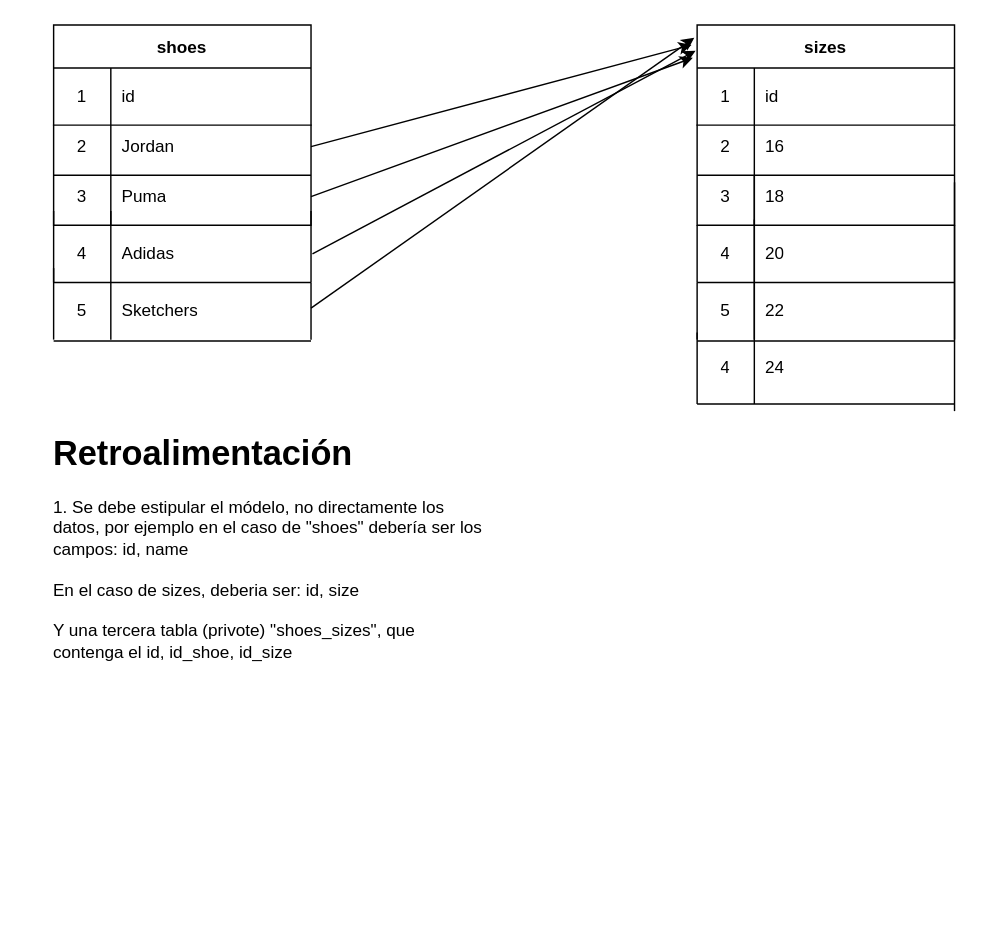
Before: santiago/documentacion/db.drawio in project-ultra-2022/db.postgresql, a draw.io diagram. Source tidied: cells renumbered, new cells numbered last; positions are measured from the earlier drawing's top-left corner, leaving out a move shared by most shapes. Both pictures are drawn from the tidied source at 143%, with x=0, y=0 at pixel (24, 24).
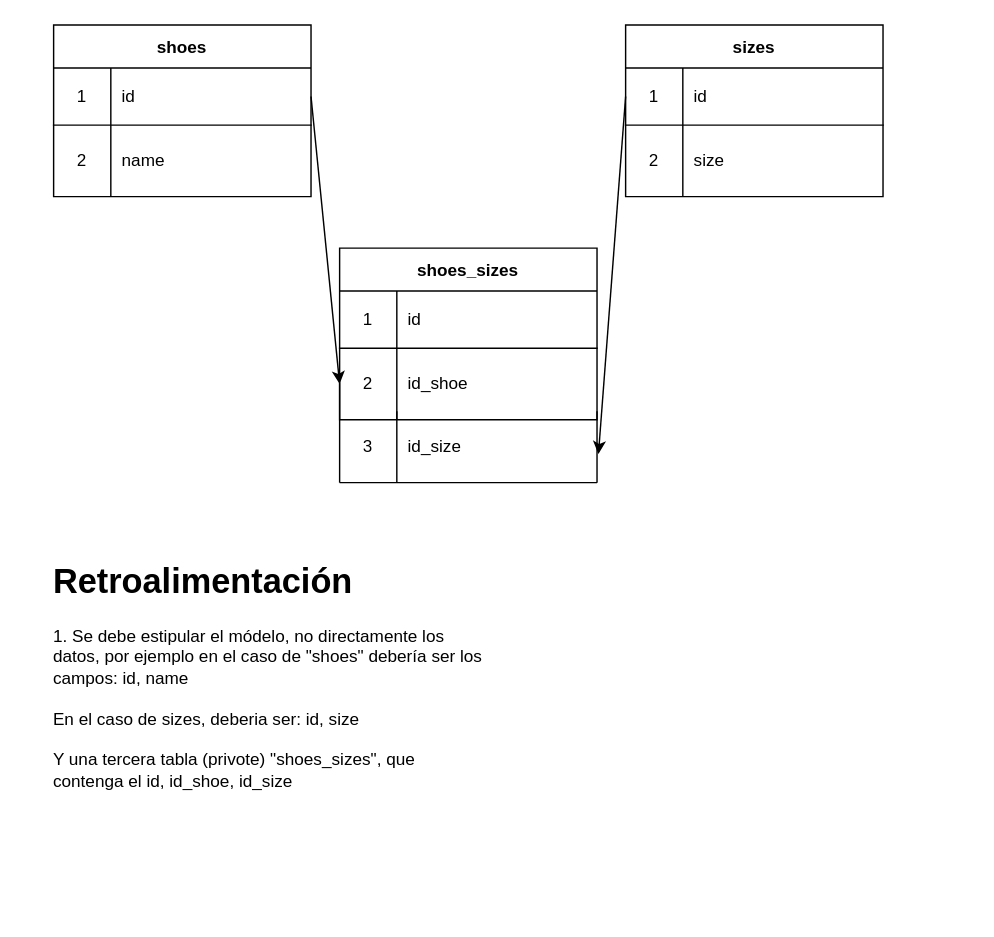
Above is the later version.

Commit message:
Esquema corregido Santiago Botero

Unchanged cells that the change refers to:
```xml
<mxCell id="3" style="shape=partialRectangle;html=1;whiteSpace=wrap;fillColor=none;top=0;left=0;bottom=1;right=0;points=[[0,0.5],[1,0.5]];portConstraint=eastwest;" parent="2" vertex="1">
  <mxGeometry y="30" width="180" height="40" as="geometry" />
</mxCell>
```

Diff of the diagram source:
```diff
@@
     <mxCell id="2" value="shoes" style="shape=table;startSize=30;childLayout=tableLayout;rowLines=0;fontStyle=1;align=center;" parent="1" vertex="1">
-      <mxGeometry x="20" width="180" height="140" as="geometry" />
+      <mxGeometry x="20" width="180" height="120" as="geometry" />
     </mxCell>
@@
     <mxCell id="6" style="shape=partialRectangle;html=1;whiteSpace=wrap;fillColor=none;top=0;left=0;bottom=0;right=0;points=[[0,0.5],[1,0.5]];portConstraint=eastwest;" parent="2" vertex="1">
-      <mxGeometry y="70" width="180" height="30" as="geometry" />
+      <mxGeometry y="70" width="180" height="50" as="geometry" />
     </mxCell>
     <mxCell id="7" value="2" style="shape=partialRectangle;html=1;whiteSpace=wrap;fillColor=none;top=0;left=0;bottom=0;right=0;overflow=hidden;" parent="6" vertex="1">
-      <mxGeometry width="40" height="30" as="geometry" />
+      <mxGeometry width="40" height="50" as="geometry" />
     </mxCell>
-    <mxCell id="8" value="Jordan" style="shape=partialRectangle;html=1;whiteSpace=wrap;fillColor=none;top=0;left=0;bottom=0;right=0;align=left;spacingLeft=6;overflow=hidden;" parent="6" vertex="1">
-      <mxGeometry x="40" width="140" height="30" as="geometry" />
+    <mxCell id="8" value="name" style="shape=partialRectangle;html=1;whiteSpace=wrap;fillColor=none;top=0;left=0;bottom=0;right=0;align=left;spacingLeft=6;overflow=hidden;" parent="6" vertex="1">
+      <mxGeometry x="40" width="140" height="50" as="geometry" />
     </mxCell>
-    <mxCell id="9" style="shape=partialRectangle;html=1;whiteSpace=wrap;fillColor=none;top=0;left=0;bottom=0;right=0;points=[[0,0.5],[1,0.5]];portConstraint=eastwest;" parent="2" vertex="1">
-      <mxGeometry y="100" width="180" height="40" as="geometry" />
-    </mxCell>
-    <mxCell id="10" value="3" style="shape=partialRectangle;html=1;whiteSpace=wrap;fillColor=none;top=0;left=0;bottom=0;right=0;overflow=hidden;" parent="9" vertex="1">
-      <mxGeometry width="40" height="40" as="geometry" />
-    </mxCell>
-    <mxCell id="11" value="Puma" style="shape=partialRectangle;html=1;whiteSpace=wrap;fillColor=none;top=0;left=0;bottom=0;right=0;align=left;spacingLeft=6;overflow=hidden;" parent="9" vertex="1">
-      <mxGeometry x="40" width="140" height="40" as="geometry" />
-    </mxCell>
+    <mxCell id="57" value="&lt;h1&gt;Retroalimentación&lt;/h1&gt;&lt;div&gt;1. Se debe estipular el módelo, no directamente los datos, por ejemplo en el caso de &quot;shoes&quot; debería ser los campos: id, name&lt;/div&gt;&lt;div&gt;&lt;br&gt;&lt;/div&gt;&lt;div&gt;En el caso de sizes, deberia ser: id, size&lt;/div&gt;&lt;div&gt;&lt;br&gt;&lt;/div&gt;&lt;div&gt;Y una tercera tabla (privote) &quot;shoes_sizes&quot;, que contenga el id, id_shoe, id_size&lt;/div&gt;" style="text;html=1;strokeColor=none;fillColor=none;spacing=5;spacingTop=-20;whiteSpace=wrap;overflow=hidden;rounded=0;" parent="1" vertex="1">
+      <mxGeometry x="15" y="370" width="310" height="250" as="geometry" />
+    </mxCell>
     <mxCell id="12" value="sizes" style="shape=table;startSize=30;childLayout=tableLayout;rowLines=0;fontStyle=1;align=center;" parent="1" vertex="1">
-      <mxGeometry x="470" width="180" height="140" as="geometry" />
+      <mxGeometry x="420" width="180" height="120" as="geometry" />
     </mxCell>
-    <mxCell id="13" style="shape=partialRectangle;html=1;whiteSpace=wrap;fillColor=none;top=0;left=0;bottom=1;right=0;" parent="12" vertex="1">
-      <mxGeometry y="30" width="180" height="40" as="geometry" />
-    </mxCell>
-    <mxCell id="14" value="1" style="shape=partialRectangle;html=1;whiteSpace=wrap;fillColor=none;top=0;left=0;bottom=0;right=0;overflow=hidden;" parent="13" vertex="1">
-      <mxGeometry width="40" height="40" as="geometry" />
-    </mxCell>
-    <mxCell id="15" value="id" style="shape=partialRectangle;html=1;whiteSpace=wrap;fillColor=none;top=0;left=0;bottom=0;right=0;align=left;spacingLeft=6;overflow=hidden;" parent="13" vertex="1">
-      <mxGeometry x="40" width="140" height="40" as="geometry" />
-    </mxCell>
-    <mxCell id="16" style="shape=partialRectangle;html=1;whiteSpace=wrap;fillColor=none;top=0;left=0;bottom=0;right=0;" parent="12" vertex="1">
-      <mxGeometry y="70" width="180" height="30" as="geometry" />
-    </mxCell>
-    <mxCell id="17" value="2" style="shape=partialRectangle;html=1;whiteSpace=wrap;fillColor=none;top=0;left=0;bottom=0;right=0;overflow=hidden;" parent="16" vertex="1">
-      <mxGeometry width="40" height="30" as="geometry" />
-    </mxCell>
-    <mxCell id="18" value="16" style="shape=partialRectangle;html=1;whiteSpace=wrap;fillColor=none;top=0;left=0;bottom=0;right=0;align=left;spacingLeft=6;overflow=hidden;" parent="16" vertex="1">
-      <mxGeometry x="40" width="140" height="30" as="geometry" />
-    </mxCell>
-    <mxCell id="19" style="shape=partialRectangle;html=1;whiteSpace=wrap;fillColor=none;top=0;left=0;bottom=0;right=0;" parent="12" vertex="1">
-      <mxGeometry y="100" width="180" height="40" as="geometry" />
-    </mxCell>
-    <mxCell id="20" value="3" style="shape=partialRectangle;html=1;whiteSpace=wrap;fillColor=none;top=0;left=0;bottom=0;right=0;overflow=hidden;" parent="19" vertex="1">
-      <mxGeometry width="40" height="40" as="geometry" />
-    </mxCell>
-    <mxCell id="21" value="18" style="shape=partialRectangle;html=1;whiteSpace=wrap;fillColor=none;top=0;left=0;bottom=0;right=0;align=left;spacingLeft=6;overflow=hidden;" parent="19" vertex="1">
-      <mxGeometry x="40" width="140" height="40" as="geometry" />
-    </mxCell>
-    <mxCell id="22" style="line;strokeWidth=1;html=1;" parent="1" vertex="1">
-      <mxGeometry x="20" y="100" width="180" height="10" as="geometry" />
-    </mxCell>
-    <mxCell id="23" style="line;strokeWidth=1;html=1;" parent="1" vertex="1">
-      <mxGeometry x="470" y="100" width="180" height="10" as="geometry" />
-    </mxCell>
-    <mxCell id="24" value="Adidas" style="shape=partialRectangle;html=1;whiteSpace=wrap;fillColor=none;top=0;left=0;bottom=0;right=0;align=left;spacingLeft=6;overflow=hidden;" parent="1" vertex="1">
-      <mxGeometry x="60" y="140" width="140" height="40" as="geometry" />
-    </mxCell>
-    <mxCell id="25" value="4" style="shape=partialRectangle;html=1;whiteSpace=wrap;fillColor=none;top=0;left=0;bottom=0;right=0;overflow=hidden;" parent="1" vertex="1">
-      <mxGeometry x="20" y="140" width="40" height="40" as="geometry" />
-    </mxCell>
-    <mxCell id="26" style="line;strokeWidth=1;direction=south;html=1;" parent="1" vertex="1">
-      <mxGeometry y="130" width="40" height="50" as="geometry" />
-    </mxCell>
-    <mxCell id="27" style="line;strokeWidth=1;direction=south;html=1;" parent="1" vertex="1">
-      <mxGeometry x="50" y="130" width="20" height="90" as="geometry" />
-    </mxCell>
-    <mxCell id="28" style="line;strokeWidth=1;direction=south;html=1;" parent="1" vertex="1">
-      <mxGeometry x="190" y="130" width="20" height="50" as="geometry" />
-    </mxCell>
-    <mxCell id="29" style="line;strokeWidth=1;html=1;" parent="1" vertex="1">
-      <mxGeometry x="20" y="170" width="180" height="20" as="geometry" />
-    </mxCell>
-    <mxCell id="30" value="20" style="shape=partialRectangle;html=1;whiteSpace=wrap;fillColor=none;top=0;left=0;bottom=0;right=0;align=left;spacingLeft=6;overflow=hidden;" parent="1" vertex="1">
-      <mxGeometry x="510" y="130" width="140" height="60" as="geometry" />
-    </mxCell>
-    <mxCell id="31" value="4" style="shape=partialRectangle;html=1;whiteSpace=wrap;fillColor=none;top=0;left=0;bottom=0;right=0;overflow=hidden;" parent="1" vertex="1">
-      <mxGeometry x="470" y="140" width="40" height="40" as="geometry" />
-    </mxCell>
-    <mxCell id="32" style="line;strokeWidth=1;html=1;" parent="1" vertex="1">
-      <mxGeometry x="470" y="160" width="180" height="40" as="geometry" />
-    </mxCell>
-    <mxCell id="33" style="line;strokeWidth=1;direction=south;html=1;" parent="1" vertex="1">
-      <mxGeometry x="460" y="140" width="20" height="40" as="geometry" />
-    </mxCell>
-    <mxCell id="34" style="line;strokeWidth=1;direction=south;html=1;" parent="1" vertex="1">
-      <mxGeometry x="640" y="140" width="20" height="40" as="geometry" />
-    </mxCell>
-    <mxCell id="35" style="line;strokeWidth=1;direction=south;html=1;" parent="1" vertex="1">
-      <mxGeometry x="500" y="136" width="20" height="44" as="geometry" />
-    </mxCell>
-    <mxCell id="36" value="22" style="shape=partialRectangle;html=1;whiteSpace=wrap;fillColor=none;top=0;left=0;bottom=0;right=0;align=left;spacingLeft=6;overflow=hidden;" parent="1" vertex="1">
-      <mxGeometry x="510" y="180" width="140" height="40" as="geometry" />
-    </mxCell>
-    <mxCell id="37" value="5" style="shape=partialRectangle;html=1;whiteSpace=wrap;fillColor=none;top=0;left=0;bottom=0;right=0;overflow=hidden;" parent="1" vertex="1">
-      <mxGeometry x="470" y="180" width="40" height="40" as="geometry" />
-    </mxCell>
-    <mxCell id="38" value="24" style="shape=partialRectangle;html=1;whiteSpace=wrap;fillColor=none;top=0;left=0;bottom=0;right=0;align=left;spacingLeft=6;overflow=hidden;" parent="1" vertex="1">
-      <mxGeometry x="510" y="220" width="140" height="40" as="geometry" />
-    </mxCell>
-    <mxCell id="39" value="4" style="shape=partialRectangle;html=1;whiteSpace=wrap;fillColor=none;top=0;left=0;bottom=0;right=0;overflow=hidden;" parent="1" vertex="1">
-      <mxGeometry x="470" y="220" width="40" height="40" as="geometry" />
-    </mxCell>
-    <mxCell id="40" style="line;strokeWidth=1;html=1;" parent="1" vertex="1">
-      <mxGeometry x="470" y="216" width="180" height="10" as="geometry" />
-    </mxCell>
-    <mxCell id="41" style="line;strokeWidth=1;direction=south;html=1;" parent="1" vertex="1">
-      <mxGeometry x="465" y="180" width="10" height="40" as="geometry" />
-    </mxCell>
-    <mxCell id="42" style="line;strokeWidth=1;direction=south;html=1;" parent="1" vertex="1">
-      <mxGeometry x="505" y="180" width="10" height="40" as="geometry" />
-    </mxCell>
-    <mxCell id="43" style="line;strokeWidth=1;direction=south;html=1;" parent="1" vertex="1">
-      <mxGeometry x="645" y="180" width="10" height="40" as="geometry" />
-    </mxCell>
-    <mxCell id="44" style="line;strokeWidth=1;direction=south;html=1;" parent="1" vertex="1">
-      <mxGeometry x="645" y="110" width="10" height="160" as="geometry" />
-    </mxCell>
-    <mxCell id="45" style="line;strokeWidth=1;html=1;" parent="1" vertex="1">
-      <mxGeometry x="470" y="260" width="180" height="10" as="geometry" />
-    </mxCell>
-    <mxCell id="46" style="line;strokeWidth=1;direction=south;html=1;" parent="1" vertex="1">
-      <mxGeometry x="505" y="105" width="10" height="160" as="geometry" />
-    </mxCell>
-    <mxCell id="47" style="line;strokeWidth=1;direction=south;html=1;" parent="1" vertex="1">
-      <mxGeometry x="465" y="215" width="10" height="50" as="geometry" />
-    </mxCell>
-    <mxCell id="48" value="Sketchers" style="shape=partialRectangle;html=1;whiteSpace=wrap;fillColor=none;top=0;left=0;bottom=0;right=0;align=left;spacingLeft=6;overflow=hidden;" parent="1" vertex="1">
-      <mxGeometry x="60" y="180" width="140" height="40" as="geometry" />
-    </mxCell>
-    <mxCell id="49" value="5" style="shape=partialRectangle;html=1;whiteSpace=wrap;fillColor=none;top=0;left=0;bottom=0;right=0;overflow=hidden;" parent="1" vertex="1">
-      <mxGeometry x="20" y="180" width="40" height="40" as="geometry" />
-    </mxCell>
-    <mxCell id="50" style="line;strokeWidth=1;html=1;" parent="1" vertex="1">
-      <mxGeometry x="20" y="216" width="180" height="10" as="geometry" />
-    </mxCell>
-    <mxCell id="51" style="line;strokeWidth=1;direction=south;html=1;" parent="1" vertex="1">
-      <mxGeometry x="195" y="180" width="10" height="40" as="geometry" />
-    </mxCell>
-    <mxCell id="52" style="line;strokeWidth=1;direction=south;html=1;" parent="1" vertex="1">
-      <mxGeometry x="15" y="170" width="10" height="50" as="geometry" />
-    </mxCell>
-    <mxCell id="53" style="endArrow=classic;html=1;exitX=1;exitY=0.5;exitDx=0;exitDy=0;entryX=-0.022;entryY=0.1;entryDx=0;entryDy=0;entryPerimeter=0;" parent="1" edge="1" source="6" target="12">
-      <mxGeometry relative="1" as="geometry" />
-    </mxCell>
-    <mxCell id="54" style="endArrow=classic;html=1;exitX=1;exitY=0.5;exitDx=0;exitDy=0;entryX=-0.017;entryY=0.164;entryDx=0;entryDy=0;entryPerimeter=0;" parent="1" edge="1" source="9" target="12">
-      <mxGeometry relative="1" as="geometry" />
-    </mxCell>
-    <mxCell id="55" style="endArrow=classic;html=1;exitX=0.6;exitY=0.45;exitDx=0;exitDy=0;exitPerimeter=0;entryX=-0.006;entryY=0.129;entryDx=0;entryDy=0;entryPerimeter=0;" parent="1" edge="1" source="28" target="12">
-      <mxGeometry relative="1" as="geometry" />
-    </mxCell>
-    <mxCell id="56" style="endArrow=classic;html=1;exitX=0.45;exitY=0.5;exitDx=0;exitDy=0;exitPerimeter=0;entryX=-0.011;entryY=0.064;entryDx=0;entryDy=0;entryPerimeter=0;" parent="1" edge="1" source="51" target="12">
-      <mxGeometry relative="1" as="geometry" />
-    </mxCell>
-    <mxCell id="57" value="&lt;h1&gt;Retroalimentación&lt;/h1&gt;&lt;div&gt;1. Se debe estipular el módelo, no directamente los datos, por ejemplo en el caso de &quot;shoes&quot; debería ser los campos: id, name&lt;/div&gt;&lt;div&gt;&lt;br&gt;&lt;/div&gt;&lt;div&gt;En el caso de sizes, deberia ser: id, size&lt;/div&gt;&lt;div&gt;&lt;br&gt;&lt;/div&gt;&lt;div&gt;Y una tercera tabla (privote) &quot;shoes_sizes&quot;, que contenga el id, id_shoe, id_size&lt;/div&gt;" style="text;html=1;strokeColor=none;fillColor=none;spacing=5;spacingTop=-20;whiteSpace=wrap;overflow=hidden;rounded=0;" parent="1" vertex="1">
-      <mxGeometry x="15" y="280" width="310" height="250" as="geometry" />
-    </mxCell>
+    <mxCell id="58" style="shape=partialRectangle;html=1;whiteSpace=wrap;fillColor=none;top=0;left=0;bottom=1;right=0;points=[[0,0.5],[1,0.5]];portConstraint=eastwest;" parent="12" vertex="1">
+      <mxGeometry y="30" width="180" height="40" as="geometry" />
+    </mxCell>
+    <mxCell id="59" value="1" style="shape=partialRectangle;html=1;whiteSpace=wrap;fillColor=none;top=0;left=0;bottom=0;right=0;overflow=hidden;" parent="58" vertex="1">
+      <mxGeometry width="40" height="40" as="geometry" />
+    </mxCell>
+    <mxCell id="60" value="id" style="shape=partialRectangle;html=1;whiteSpace=wrap;fillColor=none;top=0;left=0;bottom=0;right=0;align=left;spacingLeft=6;overflow=hidden;" parent="58" vertex="1">
+      <mxGeometry x="40" width="140" height="40" as="geometry" />
+    </mxCell>
+    <mxCell id="61" style="shape=partialRectangle;html=1;whiteSpace=wrap;fillColor=none;top=0;left=0;bottom=0;right=0;" parent="12" vertex="1">
+      <mxGeometry y="70" width="180" height="50" as="geometry" />
+    </mxCell>
+    <mxCell id="62" value="2" style="shape=partialRectangle;html=1;whiteSpace=wrap;fillColor=none;top=0;left=0;bottom=0;right=0;overflow=hidden;" parent="61" vertex="1">
+      <mxGeometry width="40" height="50" as="geometry" />
+    </mxCell>
+    <mxCell id="63" value="size" style="shape=partialRectangle;html=1;whiteSpace=wrap;fillColor=none;top=0;left=0;bottom=0;right=0;align=left;spacingLeft=6;overflow=hidden;" parent="61" vertex="1">
+      <mxGeometry x="40" width="140" height="50" as="geometry" />
+    </mxCell>
+    <mxCell id="64" value="shoes_sizes" style="shape=table;startSize=30;childLayout=tableLayout;rowLines=0;fontStyle=1;align=center;" parent="1" vertex="1">
+      <mxGeometry x="220" y="156" width="180" height="120" as="geometry" />
+    </mxCell>
+    <mxCell id="65" style="shape=partialRectangle;html=1;whiteSpace=wrap;fillColor=none;top=0;left=0;bottom=1;right=0;" parent="64" vertex="1">
+      <mxGeometry y="30" width="180" height="40" as="geometry" />
+    </mxCell>
+    <mxCell id="66" value="1" style="shape=partialRectangle;html=1;whiteSpace=wrap;fillColor=none;top=0;left=0;bottom=0;right=0;overflow=hidden;" parent="65" vertex="1">
+      <mxGeometry width="40" height="40" as="geometry" />
+    </mxCell>
+    <mxCell id="67" value="id" style="shape=partialRectangle;html=1;whiteSpace=wrap;fillColor=none;top=0;left=0;bottom=0;right=0;align=left;spacingLeft=6;overflow=hidden;" parent="65" vertex="1">
+      <mxGeometry x="40" width="140" height="40" as="geometry" />
+    </mxCell>
+    <mxCell id="68" style="shape=partialRectangle;html=1;whiteSpace=wrap;fillColor=none;top=0;left=0;bottom=0;right=0;points=[[0,0.5],[1,0.5]];portConstraint=eastwest;" parent="64" vertex="1">
+      <mxGeometry y="70" width="180" height="50" as="geometry" />
+    </mxCell>
+    <mxCell id="69" value="2" style="shape=partialRectangle;html=1;whiteSpace=wrap;fillColor=none;top=0;left=0;bottom=0;right=0;overflow=hidden;" parent="68" vertex="1">
+      <mxGeometry width="40" height="50" as="geometry" />
+    </mxCell>
+    <mxCell id="70" value="id_shoe" style="shape=partialRectangle;html=1;whiteSpace=wrap;fillColor=none;top=0;left=0;bottom=0;right=0;align=left;spacingLeft=6;overflow=hidden;" parent="68" vertex="1">
+      <mxGeometry x="40" width="140" height="50" as="geometry" />
+    </mxCell>
+    <mxCell id="71" value="id_size" style="shape=partialRectangle;html=1;whiteSpace=wrap;fillColor=none;top=0;left=0;bottom=0;right=0;align=left;spacingLeft=6;overflow=hidden;" parent="1" vertex="1">
+      <mxGeometry x="260" y="270" width="140" height="50" as="geometry" />
+    </mxCell>
+    <mxCell id="72" value="3" style="shape=partialRectangle;html=1;whiteSpace=wrap;fillColor=none;top=0;left=0;bottom=0;right=0;overflow=hidden;" parent="1" vertex="1">
+      <mxGeometry x="220" y="270" width="40" height="50" as="geometry" />
+    </mxCell>
+    <mxCell id="73" style="line;strokeWidth=1;html=1;" parent="1" vertex="1">
+      <mxGeometry x="220" y="310" width="180" height="20" as="geometry" />
+    </mxCell>
+    <mxCell id="74" style="line;strokeWidth=1;direction=south;html=1;" parent="1" vertex="1">
+      <mxGeometry x="210" y="250" width="20" height="70" as="geometry" />
+    </mxCell>
+    <mxCell id="75" style="line;strokeWidth=1;direction=south;html=1;" parent="1" vertex="1">
+      <mxGeometry x="250" y="270" width="20" height="50" as="geometry" />
+    </mxCell>
+    <mxCell id="76" style="line;strokeWidth=1;direction=south;html=1;" parent="1" vertex="1">
+      <mxGeometry x="390" y="270" width="20" height="50" as="geometry" />
+    </mxCell>
+    <mxCell id="77" style="edgeStyle=none;html=1;entryX=0;entryY=0.5;entryDx=0;entryDy=0;exitX=1;exitY=0.5;exitDx=0;exitDy=0;" parent="1" edge="1" source="3" target="68">
+      <mxGeometry relative="1" as="geometry" />
+    </mxCell>
+    <mxCell id="78" style="edgeStyle=none;html=1;entryX=0.6;entryY=0.45;entryDx=0;entryDy=0;entryPerimeter=0;exitX=0;exitY=0.5;exitDx=0;exitDy=0;" parent="1" edge="1" source="58" target="76">
+      <mxGeometry relative="1" as="geometry" />
+    </mxCell>
```
